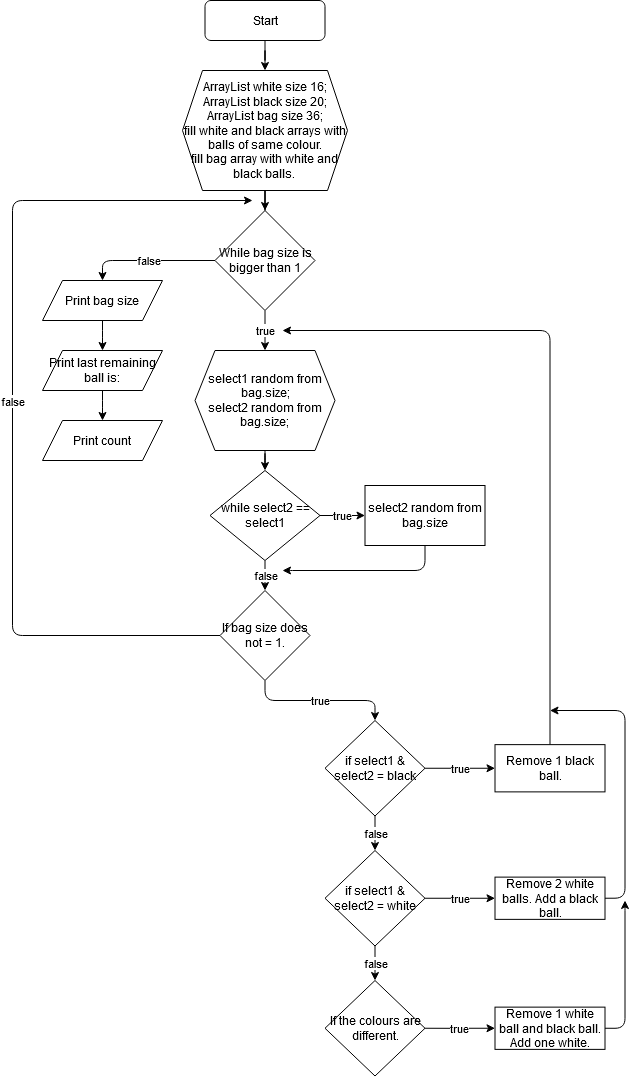
Earlier version of the draw.io export Untitled Diagram.png (IgnasZyv/BallProject). Source tidied: cells renumbered, new cells last; positions are measured from the earlier drawing's top-left corner, leaving out a move shared by most shapes.
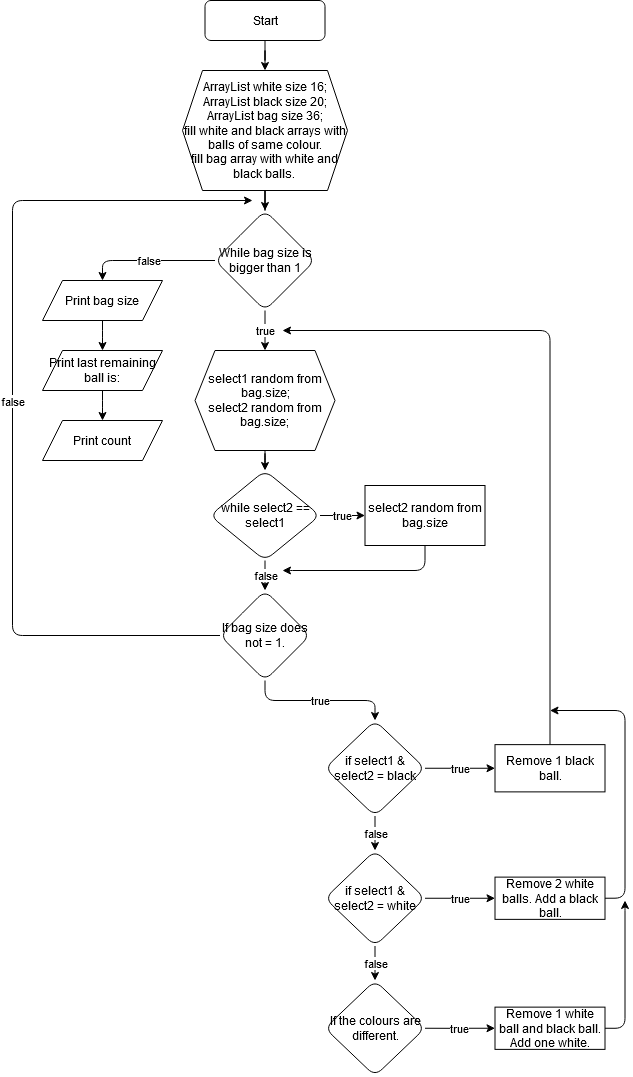
After the commit.

The edit, as a diff of the source:
```diff
@@ -5,7 +5,7 @@
     <mxCell id="2" style="edgeStyle=orthogonalEdgeStyle;rounded=0;jettySize=auto;html=1;" parent="1" edge="1" source="3" target="5">
       <mxGeometry relative="1" as="geometry" />
     </mxCell>
-    <mxCell id="3" value="Start" style="rounded=1;whiteSpace=wrap;html=1;" parent="1" vertex="1">
+    <mxCell id="3" value="Start" style="rounded=1;whiteSpace=wrap;html=1;glass=0;" parent="1" vertex="1">
       <mxGeometry x="192.5" width="120" height="40" as="geometry" />
     </mxCell>
     <mxCell id="4" style="edgeStyle=orthogonalEdgeStyle;rounded=0;jettySize=auto;html=1;" parent="1" edge="1" source="5" target="8">
@@ -24,7 +24,7 @@
         </Array>
       </mxGeometry>
     </mxCell>
-    <mxCell id="8" value="While bag size is bigger than 1" style="rhombus;whiteSpace=wrap;html=1;" parent="1" vertex="1">
+    <mxCell id="8" value="While bag size is bigger than 1" style="rhombus;whiteSpace=wrap;html=1;rounded=1;" parent="1" vertex="1">
       <mxGeometry x="202.5" y="210" width="100" height="100" as="geometry" />
     </mxCell>
     <mxCell id="9" style="edgeStyle=orthogonalEdgeStyle;rounded=1;jettySize=auto;html=1;" parent="1" edge="1" source="10" target="30">
@@ -45,7 +45,7 @@
         </Array>
       </mxGeometry>
     </mxCell>
-    <mxCell id="13" value="If bag size does not = 1." style="rhombus;whiteSpace=wrap;html=1;" parent="1" vertex="1">
+    <mxCell id="13" value="If bag size does not = 1." style="rhombus;whiteSpace=wrap;html=1;rounded=1;" parent="1" vertex="1">
       <mxGeometry x="207.5" y="590" width="90" height="90" as="geometry" />
     </mxCell>
     <mxCell id="14" value="true" style="edgeStyle=orthogonalEdgeStyle;rounded=0;jettySize=auto;html=1;" parent="1" edge="1" source="16" target="18">
@@ -54,7 +54,7 @@
     <mxCell id="15" value="false" style="edgeStyle=orthogonalEdgeStyle;rounded=0;jettySize=auto;html=1;" parent="1" edge="1" source="16" target="21">
       <mxGeometry relative="1" as="geometry" />
     </mxCell>
-    <mxCell id="16" value="if select1 &amp;amp; select2 = black" style="rhombus;whiteSpace=wrap;html=1;" parent="1" vertex="1">
+    <mxCell id="16" value="if select1 &amp;amp; select2 = black" style="rhombus;whiteSpace=wrap;html=1;rounded=1;" parent="1" vertex="1">
       <mxGeometry x="312.5" y="720" width="100" height="95.5" as="geometry" />
     </mxCell>
     <mxCell id="17" style="edgeStyle=orthogonalEdgeStyle;rounded=1;jettySize=auto;html=1;exitX=0.5;exitY=0;exitDx=0;exitDy=0;" parent="1" edge="1" source="18">
@@ -74,7 +74,7 @@
     <mxCell id="20" value="&lt;div&gt;false&lt;/div&gt;" style="edgeStyle=orthogonalEdgeStyle;rounded=0;jettySize=auto;html=1;entryX=0.5;entryY=0;entryDx=0;entryDy=0;" parent="1" edge="1" source="21" target="27">
       <mxGeometry relative="1" as="geometry" />
     </mxCell>
-    <mxCell id="21" value="if select1 &amp;amp; select2 = white" style="rhombus;whiteSpace=wrap;html=1;" parent="1" vertex="1">
+    <mxCell id="21" value="if select1 &amp;amp; select2 = white" style="rhombus;whiteSpace=wrap;html=1;rounded=1;" parent="1" vertex="1">
       <mxGeometry x="312.5" y="850" width="100" height="95.5" as="geometry" />
     </mxCell>
     <mxCell id="22" style="edgeStyle=orthogonalEdgeStyle;rounded=1;jettySize=auto;html=1;exitX=1;exitY=0.5;exitDx=0;exitDy=0;" parent="1" edge="1" source="23">
@@ -104,7 +104,7 @@
     <mxCell id="26" value="&lt;div&gt;Remove 1 white ball and black ball.&lt;/div&gt;&lt;div&gt;Add one white.&lt;br&gt;&lt;/div&gt;" style="whiteSpace=wrap;html=1;" parent="1" vertex="1">
       <mxGeometry x="482.5" y="1006.6" width="110" height="42.2" as="geometry" />
     </mxCell>
-    <mxCell id="27" value="If the colours are different." style="rhombus;whiteSpace=wrap;html=1;" parent="1" vertex="1">
+    <mxCell id="27" value="If the colours are different." style="rhombus;whiteSpace=wrap;html=1;rounded=1;" parent="1" vertex="1">
       <mxGeometry x="312.5" y="980" width="100" height="95.5" as="geometry" />
     </mxCell>
     <mxCell id="28" value="true" style="edgeStyle=orthogonalEdgeStyle;rounded=1;jettySize=auto;html=1;" parent="1" edge="1" source="30" target="32">
@@ -113,7 +113,7 @@
     <mxCell id="29" value="false" style="edgeStyle=orthogonalEdgeStyle;rounded=1;jettySize=auto;html=1;exitX=0.5;exitY=1;exitDx=0;exitDy=0;" parent="1" edge="1" source="30" target="13">
       <mxGeometry relative="1" as="geometry" />
     </mxCell>
-    <mxCell id="30" value="while select2 == select1 " style="rhombus;whiteSpace=wrap;html=1;" parent="1" vertex="1">
+    <mxCell id="30" value="while select2 == select1 " style="rhombus;whiteSpace=wrap;html=1;rounded=1;" parent="1" vertex="1">
       <mxGeometry x="197.5" y="470" width="110" height="90" as="geometry" />
     </mxCell>
     <mxCell id="31" style="edgeStyle=orthogonalEdgeStyle;rounded=1;jettySize=auto;html=1;exitX=0.5;exitY=1;exitDx=0;exitDy=0;" parent="1" edge="1" source="32">
```
